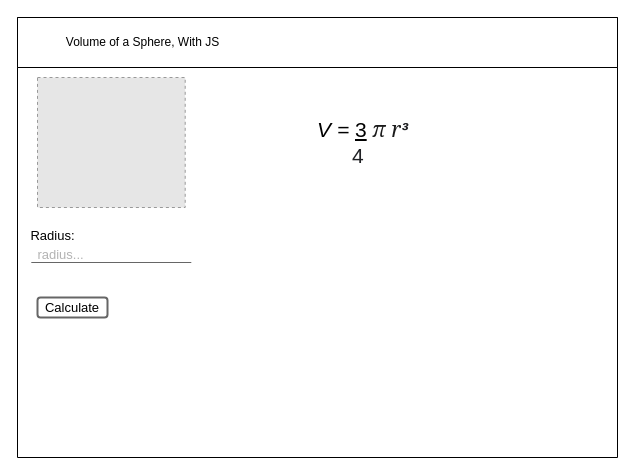
Above: design/storyboard.drawio in zaida-hammel/ICS2O-Unit3-03-HTML (draw.io), before the change. Source tidied: cells renumbered, new cells numbered last; positions are measured from the earlier drawing's top-left corner, leaving out a move shared by most shapes. Both pictures are drawn from the tidied source at 100%, with x=0, y=0 at pixel (17, 17). Pictures stored in the file or linked from it are replaced by grey dashed boxes.
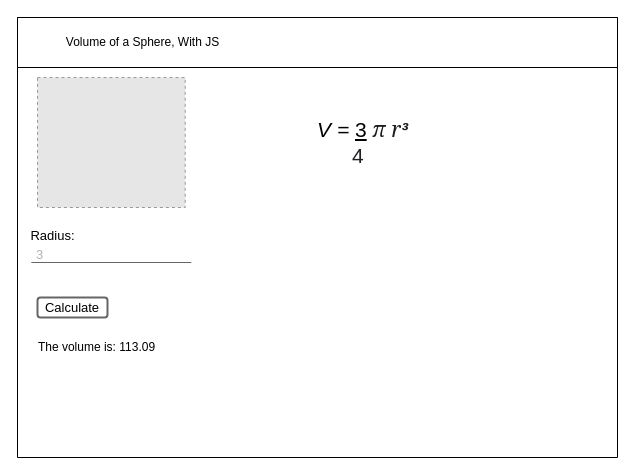
The same diagram, later.

The edit, as a diff of the source:
```diff
@@
 <mxGraphModel>
   <root>
     <mxCell id="0" />
     <mxCell id="1" parent="0" />
     <mxCell id="2" style="verticalLabelPosition=bottom;verticalAlign=top;html=1;shape=mxgraph.basic.rect;fillColor2=none;strokeWidth=1;size=20;indent=5;" parent="1" vertex="1">
       <mxGeometry width="600" height="440" as="geometry" />
     </mxCell>
     <mxCell id="3" style="verticalLabelPosition=bottom;verticalAlign=top;html=1;shape=mxgraph.basic.rect;fillColor2=none;strokeWidth=1;size=20;indent=5;" parent="1" vertex="1">
       <mxGeometry width="600" height="50" as="geometry" />
     </mxCell>
     <mxCell id="4" value="Volume of a Sphere, With JS" style="text;html=1;align=center;verticalAlign=middle;strokeColor=none;fillColor=none;" parent="1" vertex="1">
       <mxGeometry x="40" y="15" width="170" height="20" as="geometry" />
     </mxCell>
     <mxCell id="5" style="fillColor=#E6E6E6;strokeColor=#999999;dashed=1;verticalLabelPosition=bottom;labelBackgroundColor=#ffffff;verticalAlign=top;" parent="1" vertex="1">
       <mxGeometry x="20" y="60" width="147.7" height="130" as="geometry" />
     </mxCell>
     <mxCell id="6" value="&lt;font style=&quot;font-size: 21px&quot;&gt;&lt;i&gt;V = &lt;/i&gt;&lt;u&gt;3&lt;/u&gt;&lt;i&gt;&amp;nbsp;&lt;/i&gt;&lt;span style=&quot;font-style: italic ; color: rgb(26 , 26 , 26) ; font-family: &amp;#34;georgia&amp;#34; , serif&quot;&gt;&lt;font style=&quot;line-height: 1.2 ; font-size: 21px&quot;&gt;π r&lt;/font&gt;&lt;/span&gt;&lt;span style=&quot;background-color: rgb(255 , 255 , 255)&quot;&gt;&lt;b style=&quot;font-style: italic ; color: rgb(32 , 33 , 36) ; font-family: &amp;#34;arial&amp;#34; , sans-serif&quot;&gt;³&lt;/b&gt;&lt;br&gt;&lt;div style=&quot;text-align: left&quot;&gt;&lt;font color=&quot;#202124&quot; face=&quot;arial, sans-serif&quot; style=&quot;font-size: 21px&quot;&gt;&lt;b style=&quot;font-style: italic&quot;&gt;&amp;nbsp; &amp;nbsp; &amp;nbsp;&amp;nbsp;&lt;/b&gt;&lt;font style=&quot;font-size: 21px&quot;&gt;4&lt;/font&gt;&lt;/font&gt;&lt;/div&gt;&lt;/span&gt;&lt;/font&gt;" style="text;html=1;align=center;verticalAlign=middle;strokeColor=none;fillColor=none;" parent="1" vertex="1">
       <mxGeometry x="290" y="105" width="110" height="40" as="geometry" />
     </mxCell>
     <mxCell id="7" style="line;strokeWidth=1;html=1;perimeter=backbonePerimeter;labelBackgroundColor=none;fontSize=21;opacity=60;" parent="1" vertex="1">
       <mxGeometry x="13.8" y="240" width="160" height="10" as="geometry" />
     </mxCell>
     <mxCell id="8" value="&lt;span style=&quot;font-size: 13px&quot;&gt;Radius:&lt;/span&gt;" style="text;html=1;align=center;verticalAlign=middle;strokeColor=none;fillColor=none;fontSize=21;" parent="1" vertex="1">
       <mxGeometry x="5" y="200" width="60" height="30" as="geometry" />
     </mxCell>
-    <mxCell id="9" value="&lt;span style=&quot;font-size: 13px ; line-height: 0.3&quot;&gt;&lt;font color=&quot;#b3b3b3&quot;&gt;radius...&lt;/font&gt;&lt;/span&gt;" style="text;html=1;align=center;verticalAlign=middle;strokeColor=none;fillColor=none;fontSize=21;opacity=60;" parent="1" vertex="1">
-      <mxGeometry x="13" y="219" width="60" height="30" as="geometry" />
+    <mxCell id="9" value="&lt;span style=&quot;font-size: 13px ; line-height: 0.3&quot;&gt;&lt;font color=&quot;#b3b3b3&quot;&gt;3&lt;/font&gt;&lt;/span&gt;" style="text;html=1;align=center;verticalAlign=middle;strokeColor=none;fillColor=none;fontSize=21;opacity=60;" parent="1" vertex="1">
+      <mxGeometry x="12" y="219" width="20" height="30" as="geometry" />
     </mxCell>
     <mxCell id="10" value="&lt;font color=&quot;#000000&quot;&gt;Calculate&lt;/font&gt;" style="rounded=1;whiteSpace=wrap;html=1;labelBackgroundColor=none;fontSize=13;fontColor=#B3B3B3;strokeWidth=2;opacity=60;" parent="1" vertex="1">
       <mxGeometry x="20" y="280" width="70" height="20" as="geometry" />
     </mxCell>
+    <mxCell id="11" value="The volume is: 113.09" style="text;html=1;align=center;verticalAlign=middle;strokeColor=none;fillColor=none;" parent="1" vertex="1">
+      <mxGeometry x="13.8" y="320" width="130" height="20" as="geometry" />
+    </mxCell>
   </root>
 </mxGraphModel>
```
